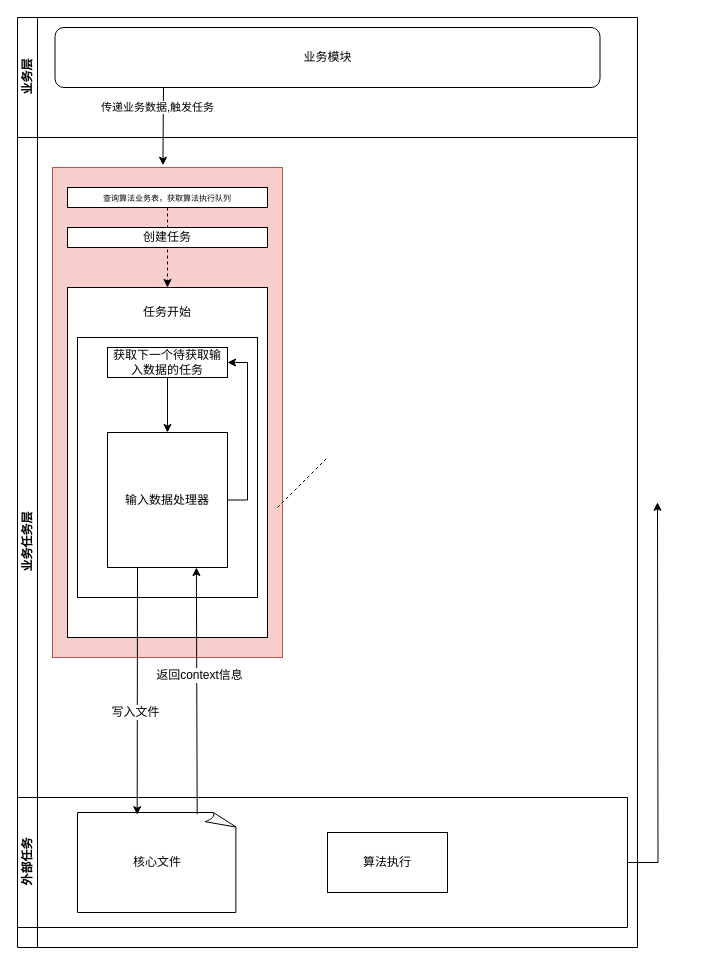
Earlier version of the draw.io diagram 未命名绘图.drawio (BeanFan/create-app-react-activation). Source tidied: cells renumbered, new cells numbered last; positions are measured from the earlier drawing's top-left corner, leaving out a move shared by most shapes. Both pictures are drawn from the tidied source at 100%, with x=0, y=0 at pixel (17, 17).
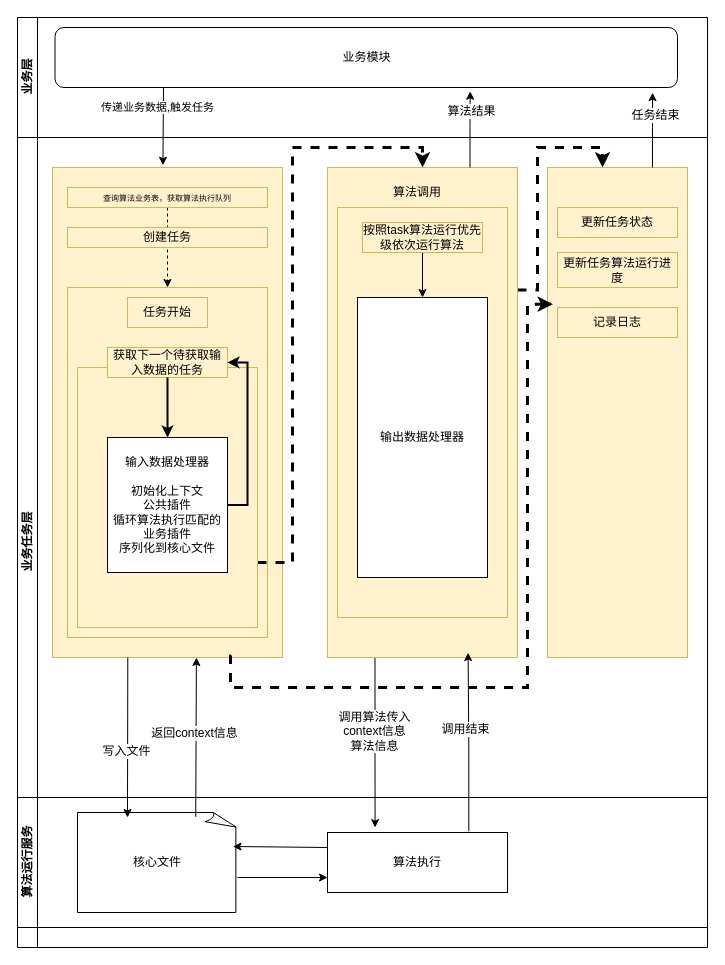
Above is the later version.

Commit message (it also covers changes not shown here):
更新未命名绘图.drawio

Unchanged cells that the change refers to:
```xml
<mxCell id="5" value="核心文件" style="whiteSpace=wrap;html=1;shape=mxgraph.basic.document;strokeColor=default;align=center;verticalAlign=middle;fontFamily=Helvetica;fontSize=12;fontColor=default;startSize=20;fillColor=default;" parent="4" vertex="1">
  <mxGeometry x="60" y="15" width="160" height="100" as="geometry" />
</mxCell>
```

Diff of the diagram source:
```diff
@@
     <mxCell id="2" value="业务任务层&lt;br&gt;" style="swimlane;html=1;startSize=20;horizontal=0;" parent="1" vertex="1">
-      <mxGeometry y="120" width="620" height="810" as="geometry" />
+      <mxGeometry y="120" width="690" height="810" as="geometry" />
     </mxCell>
-    <mxCell id="3" style="edgeStyle=orthogonalEdgeStyle;rounded=0;jettySize=auto;html=1;exitX=1;exitY=0.5;exitDx=0;exitDy=0;" parent="2" edge="1" source="4">
-      <mxGeometry relative="1" as="geometry">
-        <mxPoint x="640" y="364.8" as="targetPoint" />
-      </mxGeometry>
-    </mxCell>
-    <mxCell id="4" value="外部任务&lt;br&gt;" style="swimlane;html=1;startSize=20;horizontal=0;" parent="2" vertex="1">
-      <mxGeometry y="660" width="610" height="130" as="geometry" />
+    <mxCell id="4" value="算法运行服务" style="swimlane;html=1;startSize=20;horizontal=0;" parent="2" vertex="1">
+      <mxGeometry y="660" width="690" height="130" as="geometry" />
     </mxCell>
@@
     <mxCell id="6" value="算法执行&lt;br&gt;" style="rounded=0;whiteSpace=wrap;html=1;strokeColor=default;align=center;verticalAlign=middle;fontFamily=Helvetica;fontSize=12;fontColor=default;startSize=20;fillColor=default;" parent="4" vertex="1">
-      <mxGeometry x="310" y="35" width="120" height="60" as="geometry" />
+      <mxGeometry x="310" y="35" width="180" height="60" as="geometry" />
     </mxCell>
+    <mxCell id="27" style="endArrow=classic;html=1;rounded=0;fontFamily=Helvetica;fontSize=12;fontColor=default;startSize=20;exitX=0;exitY=0.25;exitDx=0;exitDy=0;entryX=0.972;entryY=0.34;entryDx=0;entryDy=0;entryPerimeter=0;" parent="4" edge="1" source="6" target="5">
+      <mxGeometry relative="1" as="geometry" />
+    </mxCell>
+    <mxCell id="28" style="endArrow=classic;html=1;rounded=0;fontFamily=Helvetica;fontSize=12;fontColor=default;startSize=20;entryX=0;entryY=0.75;entryDx=0;entryDy=0;" parent="4" edge="1" target="6">
+      <mxGeometry relative="1" as="geometry">
+        <mxPoint x="220" y="80" as="sourcePoint" />
+      </mxGeometry>
+    </mxCell>
-    <mxCell id="7" style="rounded=0;whiteSpace=wrap;html=1;fontFamily=Helvetica;fontSize=12;align=center;fillColor=#f8cecc;strokeColor=#b85450;strokeWidth=1;perimeterSpacing=12;" parent="2" vertex="1">
+    <mxCell id="7" style="rounded=0;whiteSpace=wrap;html=1;fontFamily=Helvetica;fontSize=12;align=center;fillColor=#fff2cc;strokeColor=#d6b656;strokeWidth=1;perimeterSpacing=12;" parent="2" vertex="1">
       <mxGeometry x="35" y="30" width="230" height="490" as="geometry" />
     </mxCell>
@@
-    <mxCell id="9" value="&lt;font style=&quot;font-size: 8px;&quot;&gt;查询算法业务表，获取算法执行队列&lt;/font&gt;" style="rounded=0;whiteSpace=wrap;html=1;" parent="2" vertex="1">
+    <mxCell id="9" value="&lt;font style=&quot;font-size: 8px;&quot;&gt;查询算法业务表，获取算法执行队列&lt;/font&gt;" style="rounded=0;whiteSpace=wrap;html=1;fillColor=#fff2cc;strokeColor=#d6b656;" parent="2" vertex="1">
       <mxGeometry x="50" y="50" width="200" height="20" as="geometry" />
     </mxCell>
-    <mxCell id="10" value="创建任务" style="rounded=0;whiteSpace=wrap;html=1;" parent="2" vertex="1">
+    <mxCell id="10" value="创建任务" style="rounded=0;whiteSpace=wrap;html=1;fillColor=#fff2cc;strokeColor=#d6b656;" parent="2" vertex="1">
       <mxGeometry x="50" y="90" width="200" height="20" as="geometry" />
     </mxCell>
-    <mxCell id="11" style="rounded=0;whiteSpace=wrap;html=1;" parent="2" vertex="1">
+    <mxCell id="11" style="rounded=0;whiteSpace=wrap;html=1;fillColor=#fff2cc;strokeColor=#d6b656;" parent="2" vertex="1">
       <mxGeometry x="50" y="150" width="200" height="350" as="geometry" />
     </mxCell>
-    <mxCell id="12" value="任务开始" style="text;html=1;strokeColor=none;fillColor=none;align=center;verticalAlign=middle;whiteSpace=wrap;rounded=0;fontSize=12;fontFamily=Helvetica;fontColor=default;" parent="2" vertex="1">
+    <mxCell id="12" value="任务开始" style="text;html=1;strokeColor=#d6b656;fillColor=#fff2cc;align=center;verticalAlign=middle;whiteSpace=wrap;rounded=0;fontSize=12;fontFamily=Helvetica;" parent="2" vertex="1">
       <mxGeometry x="110" y="160" width="80" height="30" as="geometry" />
     </mxCell>
+    <mxCell id="29" style="edgeStyle=orthogonalEdgeStyle;rounded=0;jettySize=auto;html=1;exitX=1;exitY=0.75;exitDx=0;exitDy=0;entryX=0.5;entryY=0;entryDx=0;entryDy=0;fontFamily=Helvetica;fontSize=12;fontColor=default;startSize=20;dashed=1;strokeWidth=3;" parent="2" edge="1" source="13" target="33">
+      <mxGeometry relative="1" as="geometry" />
+    </mxCell>
-    <mxCell id="13" style="rounded=0;whiteSpace=wrap;html=1;strokeColor=default;align=center;verticalAlign=middle;fontFamily=Helvetica;fontSize=12;fontColor=default;startSize=20;fillColor=default;" parent="2" vertex="1">
-      <mxGeometry x="60" y="200" width="180" height="260" as="geometry" />
+    <mxCell id="13" style="rounded=0;whiteSpace=wrap;html=1;strokeColor=#d6b656;align=center;verticalAlign=middle;fontFamily=Helvetica;fontSize=12;startSize=20;fillColor=#fff2cc;" parent="2" vertex="1">
+      <mxGeometry x="60" y="230" width="180" height="260" as="geometry" />
     </mxCell>
-    <mxCell id="14" value="获取下一个待获取输入数据的任务" style="rounded=0;whiteSpace=wrap;html=1;strokeColor=default;align=center;verticalAlign=middle;fontFamily=Helvetica;fontSize=12;fontColor=default;startSize=20;fillColor=default;" parent="2" vertex="1">
+    <mxCell id="14" value="获取下一个待获取输入数据的任务" style="rounded=0;whiteSpace=wrap;html=1;strokeColor=#d6b656;align=center;verticalAlign=middle;fontFamily=Helvetica;fontSize=12;startSize=20;fillColor=#fff2cc;" parent="2" vertex="1">
       <mxGeometry x="90" y="210" width="120" height="30" as="geometry" />
     </mxCell>
-    <mxCell id="15" style="edgeStyle=orthogonalEdgeStyle;rounded=0;jettySize=auto;html=1;exitX=1;exitY=0.5;exitDx=0;exitDy=0;entryX=1;entryY=0.5;entryDx=0;entryDy=0;fontFamily=Helvetica;fontSize=12;fontColor=default;startSize=20;" parent="2" edge="1" source="16" target="14">
+    <mxCell id="15" style="edgeStyle=orthogonalEdgeStyle;rounded=0;jettySize=auto;html=1;exitX=1;exitY=0.5;exitDx=0;exitDy=0;entryX=1;entryY=0.5;entryDx=0;entryDy=0;fontFamily=Helvetica;fontSize=12;fontColor=default;startSize=20;strokeWidth=2;" parent="2" edge="1" source="16" target="14">
       <mxGeometry relative="1" as="geometry" />
     </mxCell>
-    <mxCell id="16" value="输入数据处理器" style="rounded=0;whiteSpace=wrap;html=1;strokeColor=default;align=center;verticalAlign=middle;fontFamily=Helvetica;fontSize=12;fontColor=default;startSize=20;fillColor=default;" parent="2" vertex="1">
-      <mxGeometry x="90" y="295" width="120" height="135" as="geometry" />
-    </mxCell>
-    <mxCell id="17" style="endArrow=classic;html=1;rounded=0;fontFamily=Helvetica;fontSize=12;fontColor=default;startSize=20;exitX=0.5;exitY=1;exitDx=0;exitDy=0;entryX=0.5;entryY=0;entryDx=0;entryDy=0;" parent="2" edge="1" source="14" target="16">
+    <mxCell id="17" style="endArrow=classic;html=1;rounded=0;fontFamily=Helvetica;fontSize=12;fontColor=default;startSize=20;exitX=0.5;exitY=1;exitDx=0;exitDy=0;entryX=0.5;entryY=0;entryDx=0;entryDy=0;strokeWidth=2;" parent="2" edge="1" source="14" target="16">
       <mxGeometry relative="1" as="geometry" />
     </mxCell>
-    <mxCell id="18" style="endArrow=classic;html=1;rounded=0;fontFamily=Helvetica;fontSize=12;fontColor=default;startSize=20;exitX=0.25;exitY=1;exitDx=0;exitDy=0;entryX=0.373;entryY=0.022;entryDx=0;entryDy=0;entryPerimeter=0;" parent="2" edge="1" source="16" target="5">
-      <mxGeometry relative="1" as="geometry" />
+    <mxCell id="18" style="endArrow=classic;html=1;rounded=0;fontFamily=Helvetica;fontSize=12;fontColor=default;startSize=20;exitX=0.25;exitY=1;exitDx=0;exitDy=0;" parent="2" edge="1">
+      <mxGeometry relative="1" as="geometry">
+        <mxPoint x="110.3" y="520" as="sourcePoint" />
+        <mxPoint x="110" y="680" as="targetPoint" />
+      </mxGeometry>
     </mxCell>
@@
-    <mxCell id="20" style="endArrow=classic;html=1;rounded=0;fontFamily=Helvetica;fontSize=12;fontColor=default;startSize=20;entryX=0.741;entryY=1.027;entryDx=0;entryDy=0;entryPerimeter=0;exitX=0.748;exitY=0.016;exitDx=0;exitDy=0;exitPerimeter=0;" parent="2" edge="1" source="5">
+    <mxCell id="20" style="endArrow=classic;html=1;rounded=0;fontFamily=Helvetica;fontSize=12;fontColor=default;startSize=20;entryX=0.741;entryY=1.027;entryDx=0;entryDy=0;entryPerimeter=0;exitX=0.748;exitY=0.016;exitDx=0;exitDy=0;exitPerimeter=0;" parent="2" edge="1" source="16">
       <mxGeometry relative="1" as="geometry">
         <mxPoint x="178.9" y="430" as="targetPoint" />
       </mxGeometry>
     </mxCell>
+    <mxCell id="30" style="edgeStyle=orthogonalEdgeStyle;rounded=0;jettySize=auto;html=1;exitX=0.25;exitY=1;exitDx=0;exitDy=0;fontFamily=Helvetica;fontSize=12;fontColor=default;startSize=20;" parent="2" edge="1" source="33">
+      <mxGeometry relative="1" as="geometry">
+        <mxPoint x="357.6" y="690" as="targetPoint" />
+      </mxGeometry>
+    </mxCell>
+    <mxCell id="31" value="调用算法传入&lt;br&gt;context信息&lt;br&gt;算法信息" style="edgeLabel;html=1;align=center;verticalAlign=middle;fontSize=12;fontFamily=Helvetica;fontColor=default;" parent="30" vertex="1">
+      <mxGeometry x="-0.14" y="-1" relative="1" as="geometry" />
+    </mxCell>
+    <mxCell id="32" style="edgeStyle=orthogonalEdgeStyle;rounded=0;jettySize=auto;html=1;exitX=1;exitY=0.25;exitDx=0;exitDy=0;entryX=0.393;entryY=0;entryDx=0;entryDy=0;fontFamily=Helvetica;fontSize=12;fontColor=default;startSize=20;dashed=1;entryPerimeter=0;strokeWidth=3;" parent="2" edge="1" source="33" target="42">
+      <mxGeometry relative="1" as="geometry" />
+    </mxCell>
+    <mxCell id="33" style="rounded=0;whiteSpace=wrap;html=1;strokeColor=#d6b656;align=center;verticalAlign=middle;fontFamily=Helvetica;fontSize=12;startSize=20;fillColor=#fff2cc;" parent="2" vertex="1">
+      <mxGeometry x="310" y="30" width="190" height="490" as="geometry" />
+    </mxCell>
+    <mxCell id="34" value="算法调用" style="text;html=1;strokeColor=none;fillColor=none;align=center;verticalAlign=middle;whiteSpace=wrap;rounded=0;fontSize=12;fontFamily=Helvetica;fontColor=default;" parent="2" vertex="1">
+      <mxGeometry x="370" y="40" width="60" height="30" as="geometry" />
+    </mxCell>
+    <mxCell id="35" style="rounded=0;whiteSpace=wrap;html=1;strokeColor=#d6b656;align=center;verticalAlign=middle;fontFamily=Helvetica;fontSize=12;startSize=20;fillColor=#fff2cc;" parent="2" vertex="1">
+      <mxGeometry x="320" y="70" width="170" height="410" as="geometry" />
+    </mxCell>
+    <mxCell id="36" style="edgeStyle=orthogonalEdgeStyle;rounded=0;jettySize=auto;html=1;exitX=0.5;exitY=1;exitDx=0;exitDy=0;entryX=0.5;entryY=0;entryDx=0;entryDy=0;fontFamily=Helvetica;fontSize=12;fontColor=default;startSize=20;" parent="2" edge="1" source="37" target="38">
+      <mxGeometry relative="1" as="geometry" />
+    </mxCell>
+    <mxCell id="37" value="按照task算法运行优先级依次运行算法" style="rounded=0;whiteSpace=wrap;html=1;strokeColor=#d6b656;align=center;verticalAlign=middle;fontFamily=Helvetica;fontSize=12;startSize=20;fillColor=#fff2cc;" parent="2" vertex="1">
+      <mxGeometry x="345" y="85" width="120" height="30" as="geometry" />
+    </mxCell>
+    <mxCell id="38" value="输出数据处理器" style="rounded=0;whiteSpace=wrap;html=1;strokeColor=default;align=center;verticalAlign=middle;fontFamily=Helvetica;fontSize=12;fontColor=default;startSize=20;fillColor=default;" parent="2" vertex="1">
+      <mxGeometry x="340" y="160" width="130" height="280" as="geometry" />
+    </mxCell>
+    <mxCell id="39" style="endArrow=classic;html=1;rounded=0;fontFamily=Helvetica;fontSize=12;fontColor=default;startSize=20;entryX=0.741;entryY=1.027;entryDx=0;entryDy=0;entryPerimeter=0;exitX=0.739;exitY=0.043;exitDx=0;exitDy=0;exitPerimeter=0;" parent="2" edge="1" source="5">
+      <mxGeometry relative="1" as="geometry">
+        <mxPoint x="178.9" y="520" as="targetPoint" />
+      </mxGeometry>
+    </mxCell>
-    <mxCell id="21" value="返回context信息" style="edgeLabel;html=1;align=center;verticalAlign=middle;fontSize=12;fontFamily=Helvetica;fontColor=default;" parent="20" vertex="1">
-      <mxGeometry x="0.13" y="-2" relative="1" as="geometry" />
+    <mxCell id="21" value="返回context信息" style="edgeLabel;html=1;align=center;verticalAlign=middle;fontSize=12;fontFamily=Helvetica;fontColor=default;" parent="39" vertex="1">
+      <mxGeometry x="0.05" y="2" relative="1" as="geometry" />
     </mxCell>
+    <mxCell id="16" value="输入数据处理器&lt;br&gt;&lt;br&gt;初始化上下文&lt;br&gt;公共插件&lt;br&gt;循环算法执行匹配的业务插件&lt;br&gt;序列化到核心文件" style="rounded=0;whiteSpace=wrap;html=1;strokeColor=default;align=center;verticalAlign=middle;fontFamily=Helvetica;fontSize=12;fontColor=default;startSize=20;fillColor=default;" parent="2" vertex="1">
+      <mxGeometry x="90" y="300" width="120" height="135" as="geometry" />
+    </mxCell>
+    <mxCell id="40" style="edgeStyle=orthogonalEdgeStyle;rounded=0;jettySize=auto;html=1;entryX=0.74;entryY=0.99;entryDx=0;entryDy=0;entryPerimeter=0;fontFamily=Helvetica;fontSize=12;fontColor=default;startSize=20;exitX=0.785;exitY=-0.02;exitDx=0;exitDy=0;exitPerimeter=0;" parent="2" edge="1" source="6" target="33">
+      <mxGeometry relative="1" as="geometry" />
+    </mxCell>
+    <mxCell id="41" value="调用结束" style="edgeLabel;html=1;align=center;verticalAlign=middle;fontSize=12;fontFamily=Helvetica;fontColor=default;" parent="40" vertex="1">
+      <mxGeometry x="0.15" y="3" relative="1" as="geometry" />
+    </mxCell>
+    <mxCell id="42" style="rounded=0;whiteSpace=wrap;html=1;strokeColor=#d6b656;align=center;verticalAlign=middle;fontFamily=Helvetica;fontSize=12;startSize=20;fillColor=#fff2cc;" parent="2" vertex="1">
+      <mxGeometry x="530" y="30" width="140" height="490" as="geometry" />
+    </mxCell>
+    <mxCell id="43" value="更新任务状态" style="rounded=0;whiteSpace=wrap;html=1;strokeColor=#d6b656;align=center;verticalAlign=middle;fontFamily=Helvetica;fontSize=12;startSize=20;fillColor=#fff2cc;" parent="2" vertex="1">
+      <mxGeometry x="540" y="70" width="120" height="30" as="geometry" />
+    </mxCell>
+    <mxCell id="44" value="记录日志" style="rounded=0;whiteSpace=wrap;html=1;strokeColor=#d6b656;align=center;verticalAlign=middle;fontFamily=Helvetica;fontSize=12;startSize=20;fillColor=#fff2cc;" parent="2" vertex="1">
+      <mxGeometry x="540" y="170" width="120" height="30" as="geometry" />
+    </mxCell>
+    <mxCell id="45" value="更新任务算法运行进度" style="rounded=0;whiteSpace=wrap;html=1;strokeColor=#d6b656;align=center;verticalAlign=middle;fontFamily=Helvetica;fontSize=12;startSize=20;fillColor=#fff2cc;" parent="2" vertex="1">
+      <mxGeometry x="540" y="115" width="120" height="35" as="geometry" />
+    </mxCell>
+    <mxCell id="46" style="edgeStyle=orthogonalEdgeStyle;rounded=0;jettySize=auto;html=1;exitX=0.752;exitY=0.974;exitDx=0;exitDy=0;entryX=0.039;entryY=0.279;entryDx=0;entryDy=0;entryPerimeter=0;fontFamily=Helvetica;fontSize=12;fontColor=default;startSize=20;exitPerimeter=0;dashed=1;strokeWidth=3;" parent="2" edge="1" source="7" target="42">
+      <mxGeometry relative="1" as="geometry">
+        <Array as="points">
+          <mxPoint x="213" y="519" />
+          <mxPoint x="213" y="550" />
+          <mxPoint x="510" y="550" />
+          <mxPoint x="510" y="167" />
+        </Array>
+      </mxGeometry>
+    </mxCell>
     <mxCell id="22" value="业务层" style="swimlane;html=1;startSize=20;horizontal=0;" parent="1" vertex="1">
-      <mxGeometry width="620" height="120" as="geometry" />
+      <mxGeometry width="690" height="120" as="geometry" />
     </mxCell>
     <mxCell id="23" value="业务模块" style="rounded=1;whiteSpace=wrap;html=1;" parent="22" vertex="1">
-      <mxGeometry x="37.5" y="10" width="545" height="60" as="geometry" />
+      <mxGeometry x="37.5" y="10" width="622.5" height="60" as="geometry" />
     </mxCell>
@@
-    <mxCell id="26" style="endArrow=none;dashed=1;html=1;rounded=0;fontFamily=Helvetica;fontSize=12;fontColor=default;startSize=20;" parent="1" edge="1">
-      <mxGeometry relative="1" as="geometry">
-        <mxPoint x="260" y="490" as="sourcePoint" />
-        <mxPoint x="310" y="440" as="targetPoint" />
-      </mxGeometry>
-    </mxCell>
+    <mxCell id="47" style="edgeStyle=orthogonalEdgeStyle;rounded=0;jettySize=auto;html=1;exitX=0.75;exitY=0;exitDx=0;exitDy=0;entryX=0.667;entryY=1.063;entryDx=0;entryDy=0;entryPerimeter=0;fontFamily=Helvetica;fontSize=12;fontColor=default;startSize=20;" parent="1" edge="1" source="33" target="23">
+      <mxGeometry relative="1" as="geometry" />
+    </mxCell>
+    <mxCell id="48" value="算法结果" style="edgeLabel;html=1;align=center;verticalAlign=middle;fontSize=12;fontFamily=Helvetica;fontColor=default;" parent="47" vertex="1">
+      <mxGeometry x="0.53" y="-1" relative="1" as="geometry">
+        <mxPoint y="1" as="offset" />
+      </mxGeometry>
+    </mxCell>
+    <mxCell id="49" style="edgeStyle=orthogonalEdgeStyle;rounded=0;jettySize=auto;html=1;exitX=0.75;exitY=0;exitDx=0;exitDy=0;entryX=0.96;entryY=1.086;entryDx=0;entryDy=0;entryPerimeter=0;fontFamily=Helvetica;fontSize=12;fontColor=default;startSize=20;" parent="1" edge="1" source="42" target="23">
+      <mxGeometry relative="1" as="geometry" />
+    </mxCell>
+    <mxCell id="50" value="任务结束" style="edgeLabel;html=1;align=center;verticalAlign=middle;fontSize=12;fontFamily=Helvetica;fontColor=default;" parent="49" vertex="1">
+      <mxGeometry x="0.44" y="-2" relative="1" as="geometry">
+        <mxPoint y="1" as="offset" />
+      </mxGeometry>
+    </mxCell>
```
